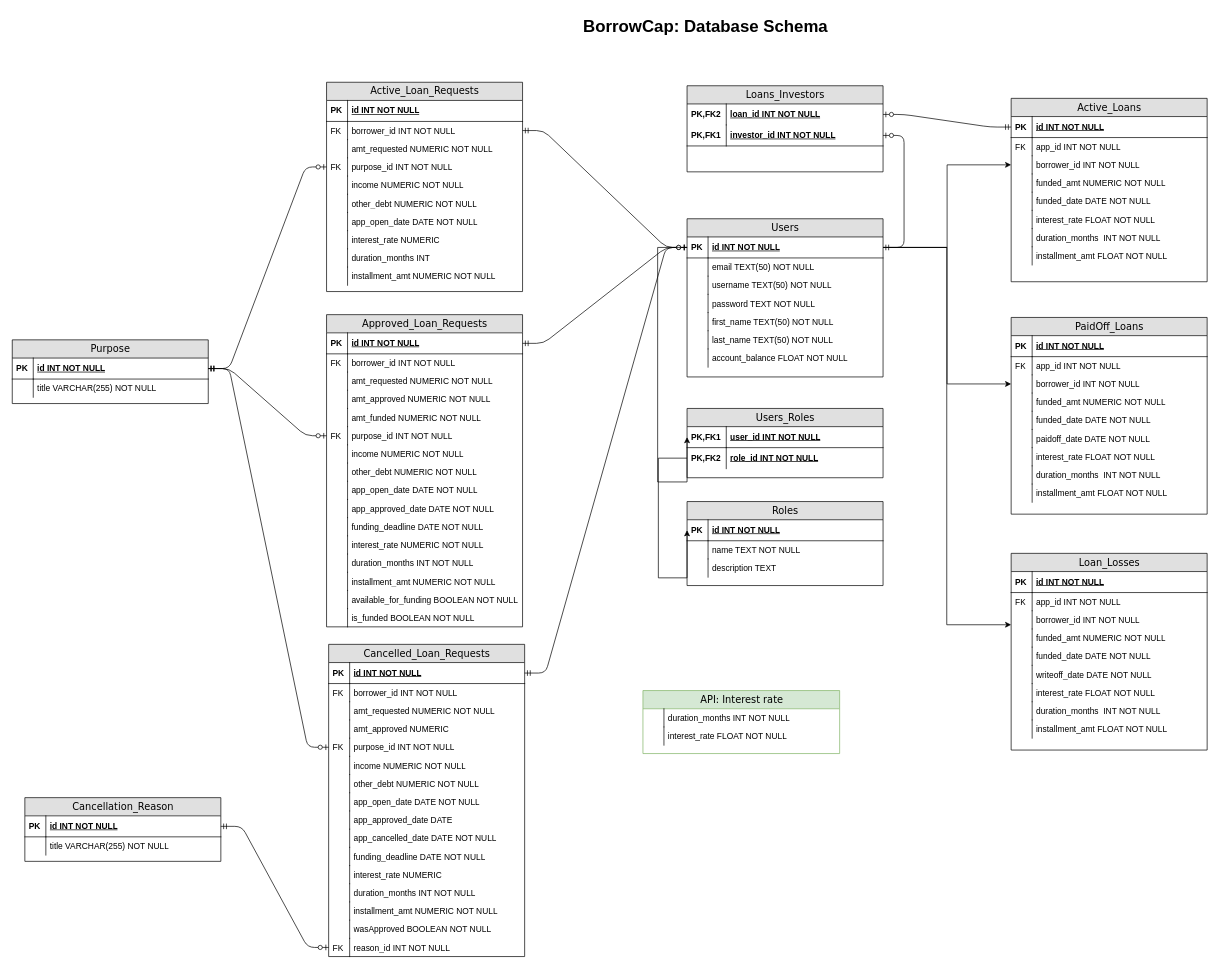
The draw.io diagram schemas/borrowcap-db-schema.drawio in omermj/borrowcap-backend, before the edit. Source tidied: cells renumbered, new cells numbered last; positions are measured from the earlier drawing's top-left corner, leaving out a move shared by most shapes. Both pictures are drawn from the tidied source at 70%, with x=0, y=0 at pixel (-286, 12).
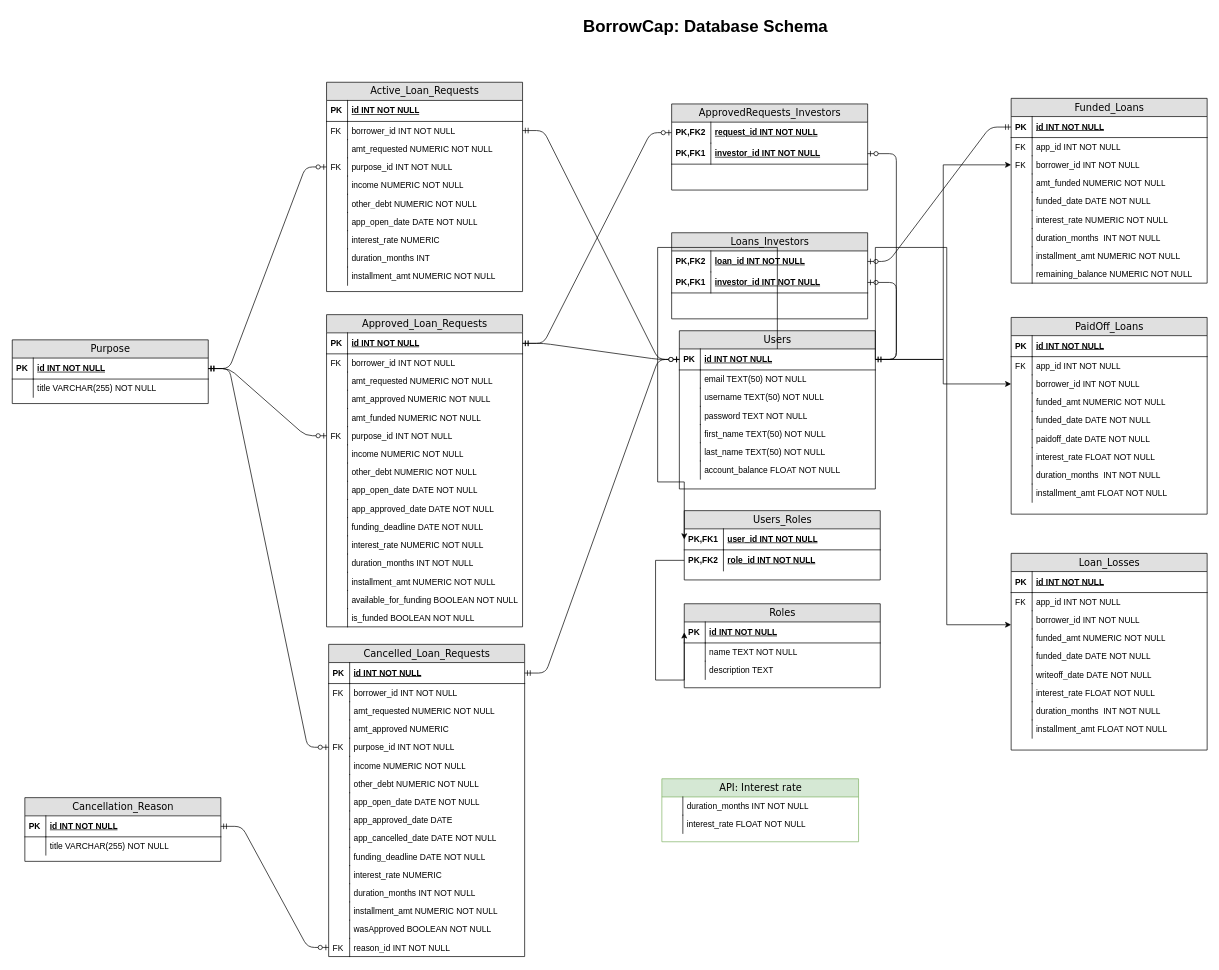
The same diagram, later.

Commit message (it also covers changes not shown here):
added capability to fund approved loans

Unchanged cells that the change refers to:
```xml
<mxCell id="24" value="id INT NOT NULL" style="shape=partialRectangle;top=0;left=0;right=0;bottom=1;html=1;align=left;verticalAlign=middle;fillColor=none;spacingLeft=34;spacingRight=4;whiteSpace=wrap;overflow=hidden;points=[[0,0.5],[1,0.5]];portConstraint=eastwest;fontStyle=5;" parent="23" vertex="1">
  <mxGeometry y="26" width="280" height="30" as="geometry" />
</mxCell>
<mxCell id="50" value="borrower_id INT NOT NULL" style="shape=partialRectangle;top=0;left=0;right=0;bottom=0;html=1;align=left;verticalAlign=top;fillColor=none;spacingLeft=34;spacingRight=4;whiteSpace=wrap;overflow=hidden;points=[[0,0.5],[1,0.5]];portConstraint=eastwest;" parent="45" vertex="1">
  <mxGeometry y="82" width="280" height="26" as="geometry" />
</mxCell>
<mxCell id="70" value="id INT NOT NULL" style="shape=partialRectangle;top=0;left=0;right=0;bottom=1;html=1;align=left;verticalAlign=middle;fillColor=none;spacingLeft=34;spacingRight=4;whiteSpace=wrap;overflow=hidden;points=[[0,0.5],[1,0.5]];portConstraint=eastwest;fontStyle=5;" parent="69" vertex="1">
  <mxGeometry y="26" width="280" height="30" as="geometry" />
</mxCell>
<mxCell id="155" value="id INT NOT NULL" style="shape=partialRectangle;top=0;left=0;right=0;bottom=1;html=1;align=left;verticalAlign=middle;fillColor=none;spacingLeft=34;spacingRight=4;whiteSpace=wrap;overflow=hidden;points=[[0,0.5],[1,0.5]];portConstraint=eastwest;fontStyle=5;" parent="154" vertex="1">
  <mxGeometry y="26" width="280" height="30" as="geometry" />
</mxCell>
<mxCell id="164" value="role_id INT NOT NULL" style="shape=partialRectangle;top=0;left=0;right=0;bottom=0;html=1;align=left;verticalAlign=middle;fillColor=none;spacingLeft=60;spacingRight=4;whiteSpace=wrap;overflow=hidden;points=[[0,0.5],[1,0.5]];portConstraint=eastwest;fontStyle=5;" parent="161" vertex="1">
  <mxGeometry y="56" width="280" height="30" as="geometry" />
</mxCell>
```

The edit, as a diff of the source:
```diff
@@
     <mxCell id="23" value="Users" style="swimlane;html=1;fontStyle=0;horizontal=1;startSize=26;fillColor=#e0e0e0;swimlaneFillColor=#ffffff;align=center;rounded=0;shadow=0;comic=0;labelBackgroundColor=none;strokeWidth=1;fontFamily=Verdana;fontSize=14;" parent="1" vertex="1">
-      <mxGeometry x="1389" y="295" width="280" height="226" as="geometry" />
+      <mxGeometry x="1378" y="455" width="280" height="226" as="geometry" />
     </mxCell>
@@
     <mxCell id="40" value="API: Interest rate" style="swimlane;html=1;fontStyle=0;horizontal=1;startSize=26;fillColor=#d5e8d4;swimlaneFillColor=#ffffff;align=center;rounded=0;shadow=0;comic=0;labelBackgroundColor=none;strokeWidth=1;fontFamily=Verdana;fontSize=14;strokeColor=#82b366;" parent="1" vertex="1">
-      <mxGeometry x="1326" y="969" width="281" height="90" as="geometry" />
+      <mxGeometry x="1353" y="1095" width="281" height="90" as="geometry" />
     </mxCell>
@@
-    <mxCell id="45" value="Active_Loans" style="swimlane;html=1;fontStyle=0;horizontal=1;startSize=26;fillColor=#e0e0e0;swimlaneFillColor=#ffffff;align=center;rounded=0;shadow=0;comic=0;labelBackgroundColor=none;strokeWidth=1;fontFamily=Verdana;fontSize=14;" parent="1" vertex="1">
-      <mxGeometry x="1852" y="123" width="280" height="262" as="geometry" />
+    <mxCell id="45" value="Funded_Loans" style="swimlane;html=1;fontStyle=0;horizontal=1;startSize=26;fillColor=#e0e0e0;swimlaneFillColor=#ffffff;align=center;rounded=0;shadow=0;comic=0;labelBackgroundColor=none;strokeWidth=1;fontFamily=Verdana;fontSize=14;" parent="1" vertex="1">
+      <mxGeometry x="1852" y="123" width="280" height="264" as="geometry" />
     </mxCell>
@@
-    <mxCell id="51" style="shape=partialRectangle;top=0;left=0;bottom=0;html=1;fillColor=none;align=left;verticalAlign=top;spacingLeft=4;spacingRight=4;whiteSpace=wrap;overflow=hidden;" parent="50" vertex="1">
+    <mxCell id="51" value="FK" style="shape=partialRectangle;top=0;left=0;bottom=0;html=1;fillColor=none;align=left;verticalAlign=top;spacingLeft=4;spacingRight=4;whiteSpace=wrap;overflow=hidden;" parent="50" vertex="1">
       <mxGeometry width="30" height="26" as="geometry" />
     </mxCell>
-    <mxCell id="52" value="funded_amt NUMERIC NOT NULL" style="shape=partialRectangle;top=0;left=0;right=0;bottom=0;html=1;align=left;verticalAlign=top;fillColor=none;spacingLeft=34;spacingRight=4;whiteSpace=wrap;overflow=hidden;" parent="45" vertex="1">
+    <mxCell id="52" value="amt_funded NUMERIC NOT NULL" style="shape=partialRectangle;top=0;left=0;right=0;bottom=0;html=1;align=left;verticalAlign=top;fillColor=none;spacingLeft=34;spacingRight=4;whiteSpace=wrap;overflow=hidden;" parent="45" vertex="1">
       <mxGeometry y="108" width="280" height="26" as="geometry" />
     </mxCell>
@@
-    <mxCell id="56" value="interest_rate FLOAT NOT NULL" style="shape=partialRectangle;top=0;left=0;right=0;bottom=0;html=1;align=left;verticalAlign=top;fillColor=none;spacingLeft=34;spacingRight=4;whiteSpace=wrap;overflow=hidden;" parent="45" vertex="1">
+    <mxCell id="56" value="interest_rate NUMERIC NOT NULL" style="shape=partialRectangle;top=0;left=0;right=0;bottom=0;html=1;align=left;verticalAlign=top;fillColor=none;spacingLeft=34;spacingRight=4;whiteSpace=wrap;overflow=hidden;" parent="45" vertex="1">
       <mxGeometry y="160" width="280" height="26" as="geometry" />
     </mxCell>
@@
-    <mxCell id="60" value="installment_amt FLOAT NOT NULL" style="shape=partialRectangle;top=0;left=0;right=0;bottom=0;html=1;align=left;verticalAlign=top;fillColor=none;spacingLeft=34;spacingRight=4;whiteSpace=wrap;overflow=hidden;" parent="45" vertex="1">
+    <mxCell id="60" value="installment_amt NUMERIC NOT NULL" style="shape=partialRectangle;top=0;left=0;right=0;bottom=0;html=1;align=left;verticalAlign=top;fillColor=none;spacingLeft=34;spacingRight=4;whiteSpace=wrap;overflow=hidden;" parent="45" vertex="1">
       <mxGeometry y="212" width="280" height="26" as="geometry" />
     </mxCell>
@@
+    <mxCell id="206" value="remaining_balance NUMERIC NOT NULL" style="shape=partialRectangle;top=0;left=0;right=0;bottom=0;html=1;align=left;verticalAlign=top;fillColor=none;spacingLeft=34;spacingRight=4;whiteSpace=wrap;overflow=hidden;" parent="45" vertex="1">
+      <mxGeometry y="238" width="280" height="26" as="geometry" />
+    </mxCell>
+    <mxCell id="207" style="shape=partialRectangle;top=0;left=0;bottom=0;html=1;fillColor=none;align=left;verticalAlign=top;spacingLeft=4;spacingRight=4;whiteSpace=wrap;overflow=hidden;" parent="206" vertex="1">
+      <mxGeometry width="30" height="26" as="geometry" />
+    </mxCell>
     <mxCell id="62" value="Loans_Investors" style="swimlane;html=1;fontStyle=0;horizontal=1;startSize=26;fillColor=#e0e0e0;swimlaneFillColor=#ffffff;align=center;rounded=0;shadow=0;comic=0;labelBackgroundColor=none;strokeWidth=1;fontFamily=Verdana;fontSize=14;" parent="1" vertex="1">
-      <mxGeometry x="1389" y="105" width="280" height="123" as="geometry" />
+      <mxGeometry x="1367" y="315" width="280" height="123" as="geometry" />
     </mxCell>
@@
     <mxCell id="154" value="Roles" style="swimlane;html=1;fontStyle=0;horizontal=1;startSize=26;fillColor=#e0e0e0;swimlaneFillColor=#ffffff;align=center;rounded=0;shadow=0;comic=0;labelBackgroundColor=none;strokeWidth=1;fontFamily=Verdana;fontSize=14;" parent="1" vertex="1">
-      <mxGeometry x="1389" y="699" width="280" height="120" as="geometry" />
+      <mxGeometry x="1385" y="845" width="280" height="120" as="geometry" />
     </mxCell>
@@
     <mxCell id="161" value="Users_Roles" style="swimlane;html=1;fontStyle=0;horizontal=1;startSize=26;fillColor=#e0e0e0;swimlaneFillColor=#ffffff;align=center;rounded=0;shadow=0;comic=0;labelBackgroundColor=none;strokeWidth=1;fontFamily=Verdana;fontSize=14;" parent="1" vertex="1">
-      <mxGeometry x="1389" y="566" width="280" height="99" as="geometry" />
+      <mxGeometry x="1385" y="712" width="280" height="99" as="geometry" />
     </mxCell>
@@
     <mxCell id="188" style="edgeStyle=orthogonalEdgeStyle;rounded=0;jettySize=auto;html=1;entryX=0;entryY=0.5;entryDx=0;entryDy=0;exitX=0;exitY=0.5;exitDx=0;exitDy=0;" parent="1" edge="1" source="164" target="155">
       <mxGeometry relative="1" as="geometry">
         <Array as="points">
-          <mxPoint x="1348" y="637" />
-          <mxPoint x="1348" y="808" />
-          <mxPoint x="1389" y="808" />
+          <mxPoint x="1344" y="783" />
+          <mxPoint x="1344" y="954" />
+          <mxPoint x="1385" y="954" />
         </Array>
       </mxGeometry>
     </mxCell>
@@
+    <mxCell id="208" value="ApprovedRequests_Investors" style="swimlane;html=1;fontStyle=0;horizontal=1;startSize=26;fillColor=#e0e0e0;swimlaneFillColor=#ffffff;align=center;rounded=0;shadow=0;comic=0;labelBackgroundColor=none;strokeWidth=1;fontFamily=Verdana;fontSize=14;" parent="1" vertex="1">
+      <mxGeometry x="1367" y="131" width="280" height="123" as="geometry" />
+    </mxCell>
+    <mxCell id="209" value="request_id INT NOT NULL" style="shape=partialRectangle;top=0;left=0;right=0;bottom=0;html=1;align=left;verticalAlign=middle;fillColor=none;spacingLeft=60;spacingRight=4;whiteSpace=wrap;overflow=hidden;points=[[0,0.5],[1,0.5]];portConstraint=eastwest;fontStyle=5;" parent="208" vertex="1">
+      <mxGeometry y="26" width="280" height="30" as="geometry" />
+    </mxCell>
+    <mxCell id="210" value="PK,FK2" style="shape=partialRectangle;fontStyle=1;top=0;left=0;bottom=0;html=1;fillColor=none;align=left;verticalAlign=middle;spacingLeft=4;spacingRight=4;whiteSpace=wrap;overflow=hidden;" parent="209" vertex="1">
+      <mxGeometry width="56" height="30" as="geometry" />
+    </mxCell>
+    <mxCell id="211" value="investor_id INT NOT NULL" style="shape=partialRectangle;top=0;left=0;right=0;bottom=1;html=1;align=left;verticalAlign=middle;fillColor=none;spacingLeft=60;spacingRight=4;whiteSpace=wrap;overflow=hidden;points=[[0,0.5],[1,0.5]];portConstraint=eastwest;fontStyle=5;" parent="208" vertex="1">
+      <mxGeometry y="56" width="280" height="30" as="geometry" />
+    </mxCell>
+    <mxCell id="212" value="PK,FK1" style="shape=partialRectangle;fontStyle=1;top=0;left=0;bottom=0;html=1;fillColor=none;align=left;verticalAlign=middle;spacingLeft=4;spacingRight=4;whiteSpace=wrap;overflow=hidden;" parent="211" vertex="1">
+      <mxGeometry width="56" height="30" as="geometry" />
+    </mxCell>
+    <mxCell id="213" style="edgeStyle=entityRelationEdgeStyle;html=1;endArrow=ERzeroToOne;startArrow=ERmandOne;labelBackgroundColor=none;fontFamily=Verdana;fontSize=14;" parent="1" edge="1" source="70" target="209">
+      <mxGeometry relative="1" as="geometry" />
+    </mxCell>
+    <mxCell id="214" style="edgeStyle=entityRelationEdgeStyle;html=1;endArrow=ERzeroToOne;startArrow=ERmandOne;labelBackgroundColor=none;fontFamily=Verdana;fontSize=14;" parent="1" edge="1" source="24" target="211">
+      <mxGeometry relative="1" as="geometry">
+        <Array as="points">
+          <mxPoint x="1268" y="486" />
+          <mxPoint x="1272" y="327" />
+          <mxPoint x="1702" y="274" />
+        </Array>
+      </mxGeometry>
+    </mxCell>
```
